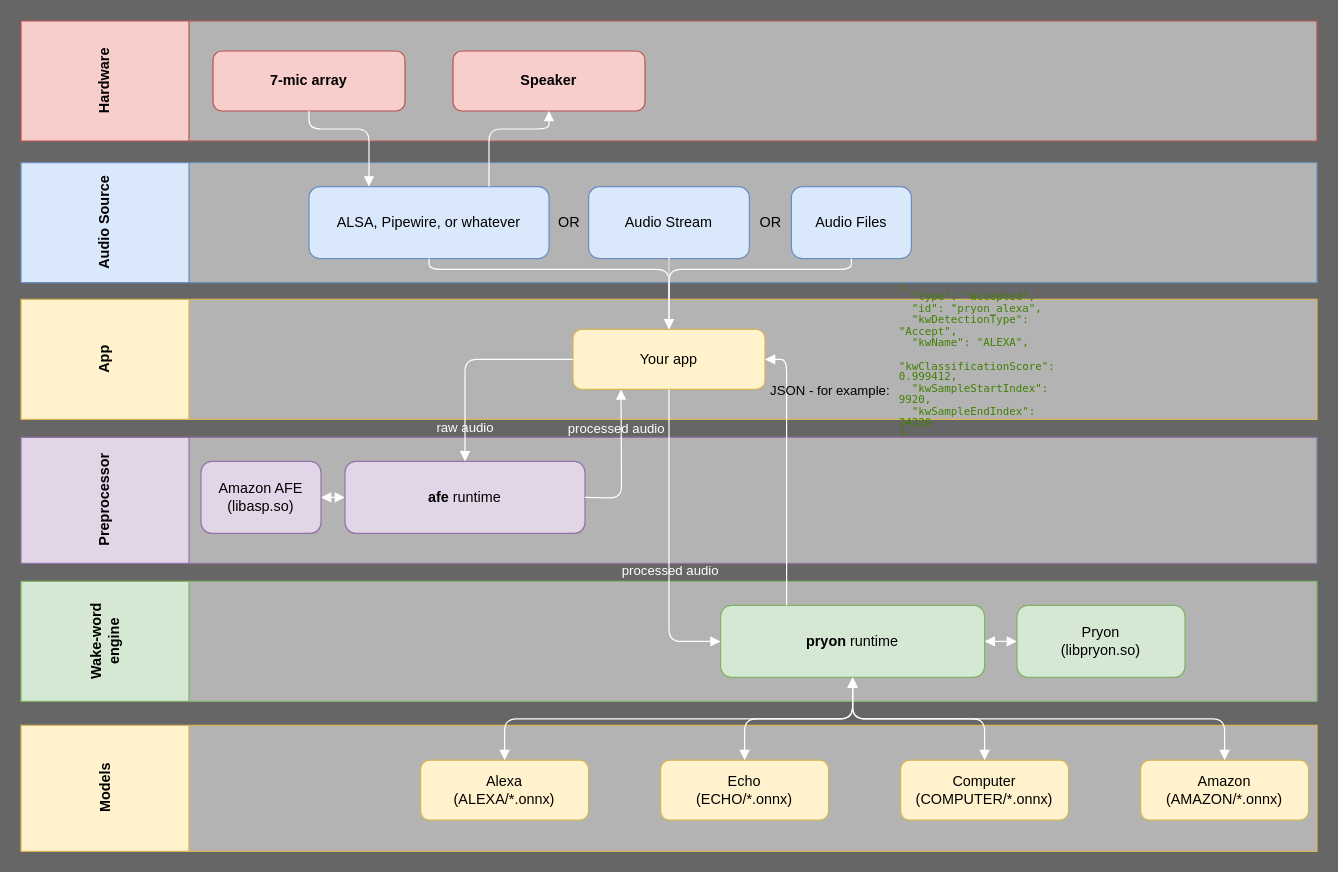
This is docs/diagrams/architecture-runtime.drawio from T-vK/Pryon-AFE-Runtime, a draw.io file, before an edit. Source tidied: cells renumbered, new cells numbered last; positions are measured from the earlier drawing's top-left corner, leaving out a move shared by most shapes. Both pictures are drawn from the tidied source at 120%, with x=0, y=0 at pixel (20, 20).
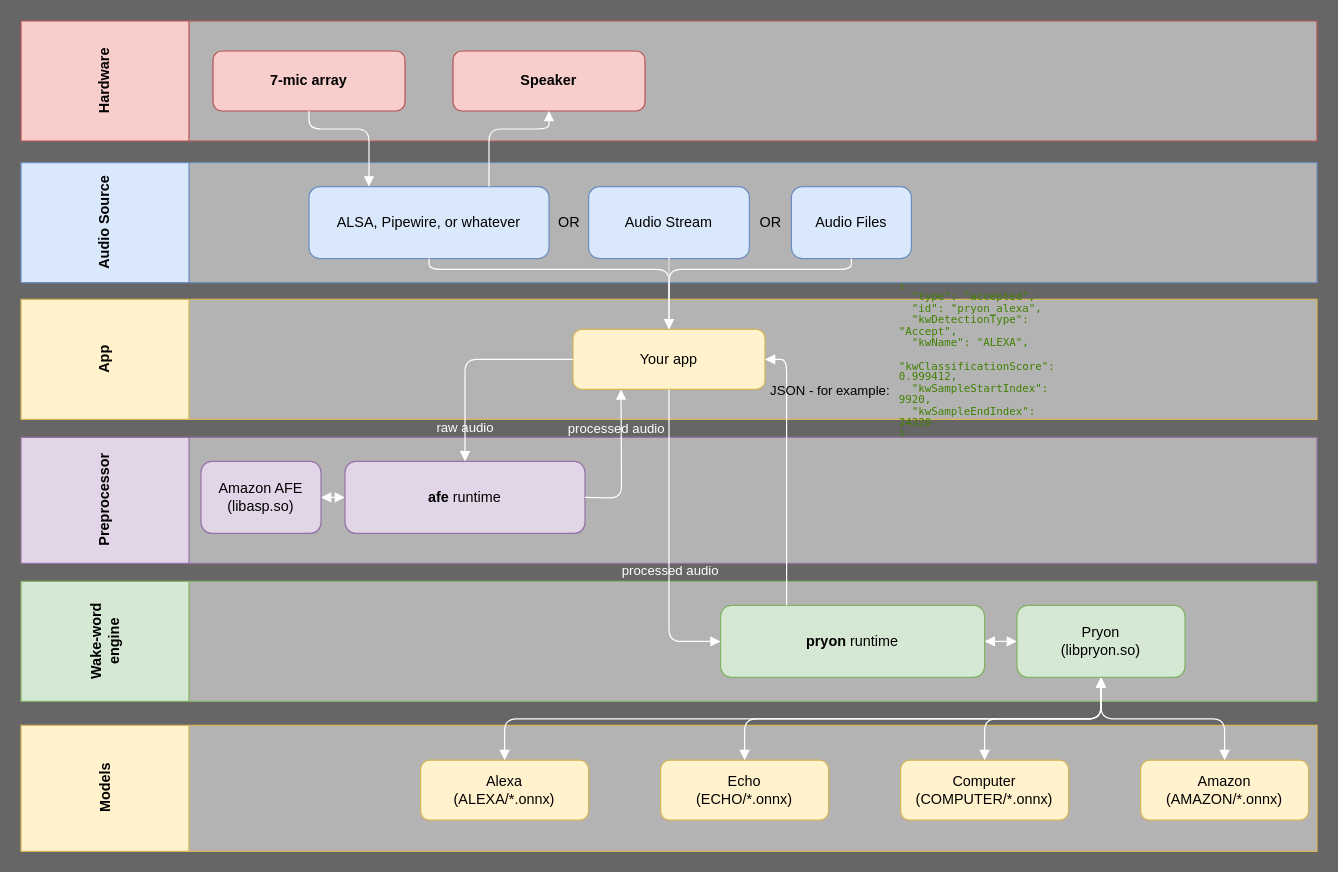
The same page after the edit.

Commit message:
feat: corrected the runtime diagram

The change refers to these unchanged cells:
```xml
<mxCell id="21" value="Wake-word engine" style="swimlane;horizontal=0;startSize=140;fillColor=#d5e8d4;strokeColor=#82b366;fontStyle=1;whiteSpace=wrap;html=1;swimlaneFillColor=#B3B3B3;" parent="1" vertex="1">
  <mxGeometry y="467" width="1080" height="100" as="geometry" />
</mxCell>
<mxCell id="23" value="&lt;b&gt;pryon&lt;/b&gt; runtime" style="rounded=1;whiteSpace=wrap;html=1;fillColor=#d5e8d4;strokeColor=#82b366;" parent="21" vertex="1">
  <mxGeometry x="583" y="20" width="220" height="60" as="geometry" />
</mxCell>
<mxCell id="24" value="Alexa&lt;div&gt;(&lt;span style=&quot;background-color: transparent; color: light-dark(rgb(0, 0, 0), rgb(255, 255, 255));&quot;&gt;ALEXA/*.onnx)&lt;/span&gt;&lt;/div&gt;" style="rounded=1;whiteSpace=wrap;html=1;fillColor=#fff2cc;strokeColor=#d6b656;" parent="21" vertex="1">
  <mxGeometry x="333" y="149" width="140" height="50" as="geometry" />
</mxCell>
<mxCell id="25" value="Echo&lt;div&gt;(ECHO&lt;span style=&quot;background-color: transparent; color: light-dark(rgb(0, 0, 0), rgb(255, 255, 255));&quot;&gt;/*.onnx)&lt;/span&gt;&lt;/div&gt;" style="rounded=1;whiteSpace=wrap;html=1;fillColor=#fff2cc;strokeColor=#d6b656;" parent="21" vertex="1">
  <mxGeometry x="533" y="149" width="140" height="50" as="geometry" />
</mxCell>
<mxCell id="26" value="Computer&lt;br&gt;(&lt;span style=&quot;color: light-dark(rgb(0, 0, 0), rgb(255, 255, 255)); background-color: transparent;&quot;&gt;COMPUTER/*.onnx)&lt;/span&gt;" style="rounded=1;whiteSpace=wrap;html=1;fillColor=#fff2cc;strokeColor=#d6b656;" parent="21" vertex="1">
  <mxGeometry x="733" y="149" width="140" height="50" as="geometry" />
</mxCell>
<mxCell id="27" value="Amazon&lt;br&gt;(AMAZON&lt;span style=&quot;color: light-dark(rgb(0, 0, 0), rgb(255, 255, 255)); background-color: transparent;&quot;&gt;/*.onnx)&lt;/span&gt;" style="rounded=1;whiteSpace=wrap;html=1;fillColor=#fff2cc;strokeColor=#d6b656;" parent="21" vertex="1">
  <mxGeometry x="933" y="149" width="140" height="50" as="geometry" />
</mxCell>
<mxCell id="32" value="Pryon&lt;br&gt;(libpryon.so)" style="rounded=1;whiteSpace=wrap;html=1;fillColor=#d5e8d4;strokeColor=#82b366;" parent="21" vertex="1">
  <mxGeometry x="830" y="20" width="140" height="60" as="geometry" />
</mxCell>
```

The edit, as a diff of the source:
```diff
@@
+    <mxCell id="45" style="edgeStyle=orthogonalEdgeStyle;shape=connector;rounded=1;orthogonalLoop=1;jettySize=auto;html=1;exitX=0.5;exitY=1;exitDx=0;exitDy=0;entryX=0.5;entryY=1;entryDx=0;entryDy=0;strokeColor=#FFFFFF;align=center;verticalAlign=middle;fontFamily=Helvetica;fontSize=11;fontColor=#FFFFFF;labelBackgroundColor=#ffffff;endArrow=block;endFill=1;" parent="21" edge="1" source="32" target="32">
+      <mxGeometry relative="1" as="geometry" />
+    </mxCell>
@@
-    <mxCell id="28" style="edgeStyle=orthogonalEdgeStyle;rounded=1;html=1;endArrow=block;endFill=1;strokeColor=#FFFFFF;exitX=0.5;exitY=1;entryX=0.5;entryY=0;fontColor=#FFFFFF;startArrow=block;startFill=1;" parent="21" edge="1" source="23" target="27">
+    <mxCell id="28" style="edgeStyle=orthogonalEdgeStyle;rounded=1;html=1;endArrow=block;endFill=1;strokeColor=#FFFFFF;exitX=0.5;exitY=1;entryX=0.5;entryY=0;fontColor=#FFFFFF;startArrow=block;startFill=1;exitDx=0;exitDy=0;" parent="21" edge="1" source="32" target="27">
       <mxGeometry relative="1" as="geometry" />
     </mxCell>
-    <mxCell id="29" style="edgeStyle=orthogonalEdgeStyle;rounded=1;html=1;endArrow=block;endFill=1;strokeColor=#FFFFFF;exitX=0.5;exitY=1;entryX=0.5;entryY=0;fontColor=#FFFFFF;startArrow=block;startFill=1;" parent="21" edge="1" source="23" target="24">
+    <mxCell id="29" style="edgeStyle=orthogonalEdgeStyle;rounded=1;html=1;endArrow=block;endFill=1;strokeColor=#FFFFFF;exitX=0.5;exitY=1;entryX=0.5;entryY=0;fontColor=#FFFFFF;startArrow=block;startFill=1;exitDx=0;exitDy=0;" parent="21" edge="1" source="32" target="24">
       <mxGeometry relative="1" as="geometry" />
     </mxCell>
-    <mxCell id="30" style="edgeStyle=orthogonalEdgeStyle;rounded=1;html=1;endArrow=block;endFill=1;strokeColor=#FFFFFF;exitX=0.5;exitY=1;entryX=0.5;entryY=0;fontColor=#FFFFFF;startArrow=block;startFill=1;" parent="21" edge="1" source="23" target="25">
+    <mxCell id="30" style="edgeStyle=orthogonalEdgeStyle;rounded=1;html=1;endArrow=block;endFill=1;strokeColor=#FFFFFF;exitX=0.5;exitY=1;entryX=0.5;entryY=0;fontColor=#FFFFFF;startArrow=block;startFill=1;exitDx=0;exitDy=0;" parent="21" edge="1" source="32" target="25">
       <mxGeometry relative="1" as="geometry" />
     </mxCell>
-    <mxCell id="31" style="edgeStyle=orthogonalEdgeStyle;rounded=1;html=1;endArrow=block;endFill=1;strokeColor=#FFFFFF;exitX=0.5;exitY=1;entryX=0.5;entryY=0;fontColor=#FFFFFF;startArrow=block;startFill=1;" parent="21" edge="1" source="23" target="26">
+    <mxCell id="31" style="edgeStyle=orthogonalEdgeStyle;rounded=1;html=1;endArrow=block;endFill=1;strokeColor=#FFFFFF;exitX=0.5;exitY=1;entryX=0.5;entryY=0;fontColor=#FFFFFF;startArrow=block;startFill=1;exitDx=0;exitDy=0;" parent="21" edge="1" source="32" target="26">
       <mxGeometry relative="1" as="geometry" />
     </mxCell>
```
